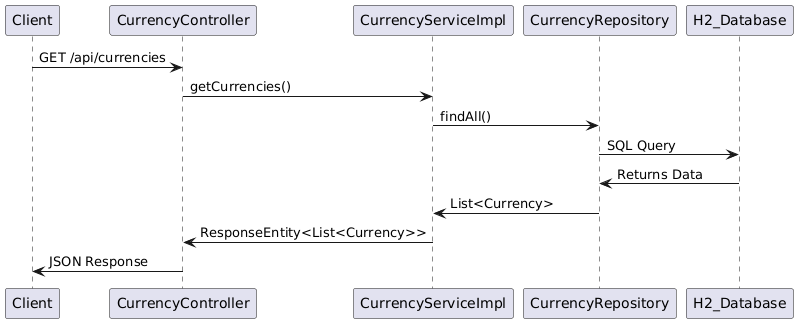
Above: GetCurrencies_SequenceDiagram.png in omarjabloun-hub/ExchangeRateService-SpringBoot (PlantUML), before the change. Its diagram source:
```plantuml
@startuml
Client -> CurrencyController : GET /api/currencies
CurrencyController -> CurrencyServiceImpl : getCurrencies()
CurrencyServiceImpl -> CurrencyRepository : findAll()
CurrencyRepository -> H2_Database : SQL Query
H2_Database -> CurrencyRepository : Returns Data
CurrencyRepository -> CurrencyServiceImpl : List<Currency>
CurrencyServiceImpl -> CurrencyController : ResponseEntity<List<Currency>>
CurrencyController -> Client : JSON Response
@enduml
```
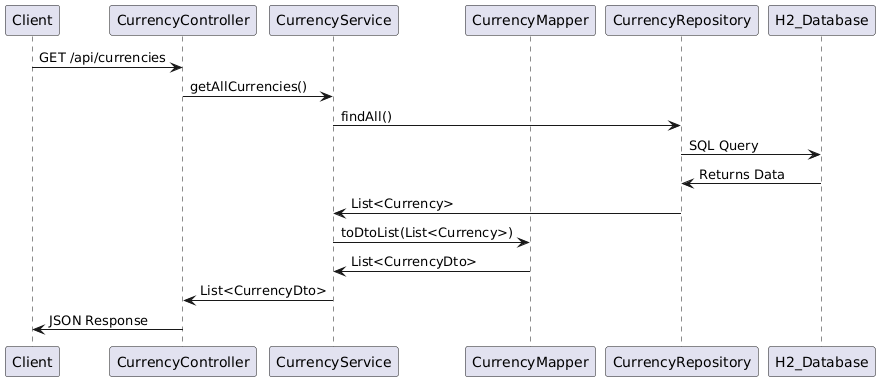
Above is the later version.

Diff of the diagram source:
```diff
@@ -1,10 +1,19 @@
 @startuml
-Client -> CurrencyController : GET /api/currencies
-CurrencyController -> CurrencyServiceImpl : getCurrencies()
-CurrencyServiceImpl -> CurrencyRepository : findAll()
-CurrencyRepository -> H2_Database : SQL Query
-H2_Database -> CurrencyRepository : Returns Data
-CurrencyRepository -> CurrencyServiceImpl : List<Currency>
-CurrencyServiceImpl -> CurrencyController : ResponseEntity<List<Currency>>
-CurrencyController -> Client : JSON Response
+participant Client
+participant CurrencyController
+participant CurrencyService
+participant CurrencyMapper
+participant CurrencyRepository
+participant H2_Database
+
+Client -> CurrencyController: GET /api/currencies
+CurrencyController -> CurrencyService: getAllCurrencies()
+CurrencyService -> CurrencyRepository: findAll()
+CurrencyRepository -> H2_Database: SQL Query
+H2_Database -> CurrencyRepository: Returns Data
+CurrencyRepository -> CurrencyService: List<Currency>
+CurrencyService -> CurrencyMapper: toDtoList(List<Currency>)
+CurrencyMapper -> CurrencyService: List<CurrencyDto>
+CurrencyService -> CurrencyController: List<CurrencyDto>
+CurrencyController -> Client: JSON Response
 @enduml
```
